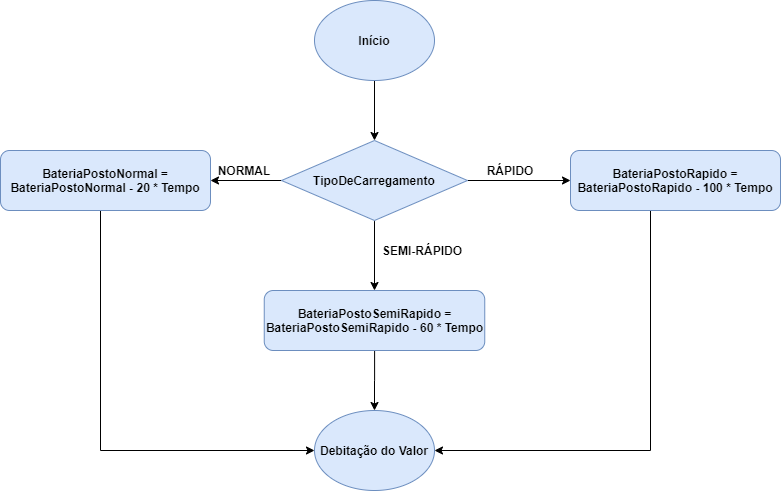
This is flux_atualizacao_energia.png from ProgRub/Proj2AC, a draw.io export, as it was before one commit. Source tidied: cells renumbered, new cells last; positions are measured from the earlier drawing's top-left corner, leaving out a move shared by most shapes.
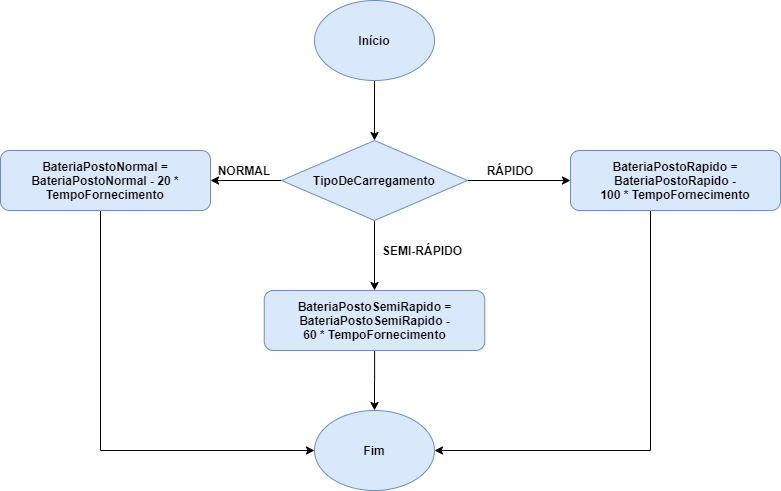
Above is the later version.

Change to the diagram source:
```diff
@@ -27,13 +27,13 @@
         </Array>
       </mxGeometry>
     </mxCell>
-    <mxCell id="9" value="&lt;b&gt;BateriaPostoNormal = BateriaPostoNormal - 20 * Tempo&lt;/b&gt;" style="rounded=1;whiteSpace=wrap;html=1;fillColor=#dae8fc;strokeColor=#6c8ebf;" parent="1" vertex="1">
+    <mxCell id="9" value="&lt;b&gt;BateriaPostoNormal = BateriaPostoNormal - 20 * TempoFornecimento&lt;/b&gt;" style="rounded=1;whiteSpace=wrap;html=1;fillColor=#dae8fc;strokeColor=#6c8ebf;" parent="1" vertex="1">
       <mxGeometry y="150" width="210" height="60" as="geometry" />
     </mxCell>
     <mxCell id="10" style="edgeStyle=orthogonalEdgeStyle;rounded=0;jettySize=auto;html=1;entryX=0.5;entryY=0;entryDx=0;entryDy=0;" parent="1" edge="1" source="11" target="17">
       <mxGeometry relative="1" as="geometry" />
     </mxCell>
-    <mxCell id="11" value="&lt;b&gt;BateriaPostoSemiRapido = BateriaPostoSemiRapido - 60&lt;/b&gt;&lt;b&gt;&amp;nbsp;*&amp;nbsp;&lt;/b&gt;&lt;b&gt;Tempo&lt;/b&gt;" style="rounded=1;whiteSpace=wrap;html=1;fillColor=#dae8fc;strokeColor=#6c8ebf;" parent="1" vertex="1">
+    <mxCell id="11" value="&lt;b&gt;BateriaPostoSemiRapido = BateriaPostoSemiRapido - 60&lt;/b&gt;&lt;b&gt;&amp;nbsp;*&amp;nbsp;&lt;/b&gt;&lt;b&gt;TempoFornecimento&lt;/b&gt;" style="rounded=1;whiteSpace=wrap;html=1;fillColor=#dae8fc;strokeColor=#6c8ebf;" parent="1" vertex="1">
       <mxGeometry x="263.8" y="290" width="220.5" height="60" as="geometry" />
     </mxCell>
     <mxCell id="12" style="edgeStyle=orthogonalEdgeStyle;rounded=0;jettySize=auto;html=1;entryX=1;entryY=0.5;entryDx=0;entryDy=0;" parent="1" edge="1" source="13" target="17">
@@ -43,7 +43,7 @@
         </Array>
       </mxGeometry>
     </mxCell>
-    <mxCell id="13" value="&lt;b&gt;BateriaPostoRapido = BateriaPostoRapido - 100&amp;nbsp;&lt;/b&gt;&lt;b&gt;*&amp;nbsp;&lt;/b&gt;&lt;b&gt;Tempo&lt;/b&gt;" style="rounded=1;whiteSpace=wrap;html=1;fillColor=#dae8fc;strokeColor=#6c8ebf;" parent="1" vertex="1">
+    <mxCell id="13" value="&lt;b&gt;BateriaPostoRapido = BateriaPostoRapido - 100&amp;nbsp;&lt;/b&gt;&lt;b&gt;*&amp;nbsp;&lt;/b&gt;&lt;b&gt;TempoFornecimento&lt;/b&gt;" style="rounded=1;whiteSpace=wrap;html=1;fillColor=#dae8fc;strokeColor=#6c8ebf;" parent="1" vertex="1">
       <mxGeometry x="570" y="150" width="210" height="60" as="geometry" />
     </mxCell>
     <mxCell id="14" value="&lt;b&gt;NORMAL&lt;/b&gt;" style="text;html=1;strokeColor=none;fillColor=none;align=center;verticalAlign=middle;whiteSpace=wrap;rounded=0;" parent="1" vertex="1">
@@ -55,7 +55,7 @@
     <mxCell id="16" value="&lt;b&gt;SEMI-RÁPIDO&lt;/b&gt;" style="text;html=1;strokeColor=none;fillColor=none;align=center;verticalAlign=middle;whiteSpace=wrap;rounded=0;" parent="1" vertex="1">
       <mxGeometry x="377" y="240" width="90" height="20" as="geometry" />
     </mxCell>
-    <mxCell id="17" value="&lt;b&gt;Debitação do Valor&lt;/b&gt;" style="ellipse;whiteSpace=wrap;html=1;fillColor=#dae8fc;strokeColor=#6c8ebf;" parent="1" vertex="1">
+    <mxCell id="17" value="&lt;b&gt;Fim&lt;/b&gt;" style="ellipse;whiteSpace=wrap;html=1;fillColor=#dae8fc;strokeColor=#6c8ebf;" parent="1" vertex="1">
       <mxGeometry x="314" y="410" width="120" height="80" as="geometry" />
     </mxCell>
   </root>
```
